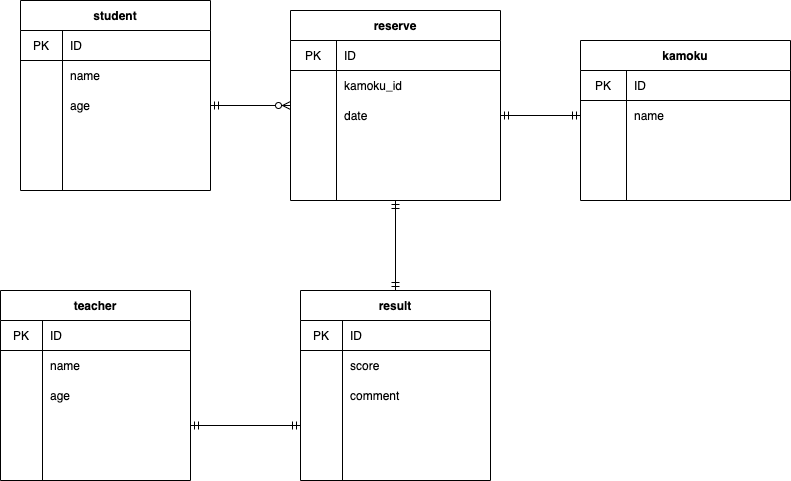
Above: index.drawio.png in shota-hash/DATA (draw.io), before the change. Source tidied: cells renumbered, new cells last; positions are measured from the earlier drawing's top-left corner, leaving out a move shared by most shapes.
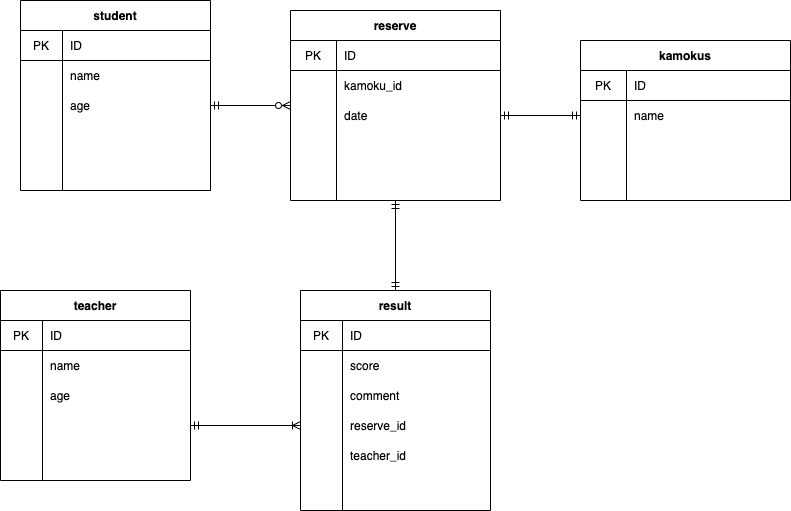
After the change.

The edit, as a diff of the source:
```diff
@@ -42,7 +42,7 @@
       <mxGeometry x="42" width="148" height="30" as="geometry" />
     </mxCell>
     <mxCell id="15" value="result" style="shape=table;startSize=30;rowLines=0;fontStyle=1;align=center;" parent="1" vertex="1">
-      <mxGeometry x="300" y="290" width="190" height="190" as="geometry" />
+      <mxGeometry x="300" y="290" width="190" height="220" as="geometry" />
     </mxCell>
     <mxCell id="16" style="shape=partialRectangle;html=1;whiteSpace=wrap;fillColor=none;top=0;left=0;bottom=1;right=0;" parent="15" vertex="1">
       <mxGeometry y="30" width="190" height="30" as="geometry" />
@@ -77,9 +77,18 @@
     <mxCell id="26" style="shape=partialRectangle;html=1;whiteSpace=wrap;fillColor=none;top=0;left=0;bottom=0;right=0;overflow=hidden;" parent="25" vertex="1">
       <mxGeometry width="42" height="30" as="geometry" />
     </mxCell>
-    <mxCell id="27" style="shape=partialRectangle;html=1;whiteSpace=wrap;fillColor=none;top=0;left=0;bottom=0;right=0;align=left;spacingLeft=6;overflow=hidden;" parent="25" vertex="1">
+    <mxCell id="27" value="reserve_id" style="shape=partialRectangle;html=1;whiteSpace=wrap;fillColor=none;top=0;left=0;bottom=0;right=0;align=left;spacingLeft=6;overflow=hidden;" parent="25" vertex="1">
       <mxGeometry x="42" width="148" height="30" as="geometry" />
     </mxCell>
+    <mxCell id="62" style="shape=partialRectangle;html=1;whiteSpace=wrap;fillColor=none;top=0;left=0;bottom=0;right=0;" parent="15" vertex="1">
+      <mxGeometry y="150" width="190" height="30" as="geometry" />
+    </mxCell>
+    <mxCell id="63" style="shape=partialRectangle;html=1;whiteSpace=wrap;fillColor=none;top=0;left=0;bottom=0;right=0;overflow=hidden;" parent="62" vertex="1">
+      <mxGeometry width="42" height="30" as="geometry" />
+    </mxCell>
+    <mxCell id="64" value="teacher_id" style="shape=partialRectangle;html=1;whiteSpace=wrap;fillColor=none;top=0;left=0;bottom=0;right=0;align=left;spacingLeft=6;overflow=hidden;" parent="62" vertex="1">
+      <mxGeometry x="42" width="148" height="30" as="geometry" />
+    </mxCell>
     <mxCell id="28" style="edgeStyle=none;rounded=0;jettySize=auto;html=1;exitX=0.5;exitY=1;exitDx=0;exitDy=0;entryX=0.5;entryY=0;entryDx=0;entryDy=0;startArrow=ERmandOne;startFill=0;endArrow=ERmandOne;endFill=0;" parent="1" edge="1" source="29" target="15">
       <mxGeometry relative="1" as="geometry" />
     </mxCell>
@@ -155,7 +164,7 @@
     <mxCell id="52" style="rounded=0;jettySize=auto;html=1;exitX=1;exitY=0.5;exitDx=0;exitDy=0;entryX=0;entryY=0.5;entryDx=0;entryDy=0;startArrow=ERmandOne;startFill=0;endArrow=ERzeroToMany;endFill=1;" parent="1" edge="1" source="46" target="29">
       <mxGeometry relative="1" as="geometry" />
     </mxCell>
-    <mxCell id="53" value="kamoku" style="shape=table;startSize=30;rowLines=0;fontStyle=1;align=center;" parent="1" vertex="1">
+    <mxCell id="53" value="kamokus" style="shape=table;startSize=30;rowLines=0;fontStyle=1;align=center;" parent="1" vertex="1">
       <mxGeometry x="580" y="40" width="210" height="160" as="geometry" />
     </mxCell>
     <mxCell id="54" style="shape=partialRectangle;html=1;whiteSpace=wrap;fillColor=none;top=0;left=0;bottom=1;right=0;" parent="53" vertex="1">
@@ -179,7 +188,7 @@
     <mxCell id="60" style="rounded=0;jettySize=auto;html=1;exitX=1;exitY=0.5;exitDx=0;exitDy=0;entryX=0;entryY=0.5;entryDx=0;entryDy=0;startArrow=ERmandOne;startFill=0;endArrow=ERmandOne;endFill=0;" parent="1" edge="1" source="36" target="57">
       <mxGeometry relative="1" as="geometry" />
     </mxCell>
-    <mxCell id="61" style="edgeStyle=none;rounded=0;jettySize=auto;html=1;exitX=1;exitY=0.5;exitDx=0;exitDy=0;entryX=0;entryY=0.5;entryDx=0;entryDy=0;startArrow=ERmandOne;startFill=0;endArrow=ERmandOne;endFill=0;" parent="1" edge="1" source="12" target="25">
+    <mxCell id="61" style="edgeStyle=none;rounded=0;jettySize=auto;html=1;exitX=1;exitY=0.5;exitDx=0;exitDy=0;entryX=0;entryY=0.5;entryDx=0;entryDy=0;startArrow=ERmandOne;startFill=0;endArrow=ERoneToMany;endFill=0;" parent="1" edge="1" source="12" target="25">
       <mxGeometry relative="1" as="geometry" />
     </mxCell>
   </root>
```
